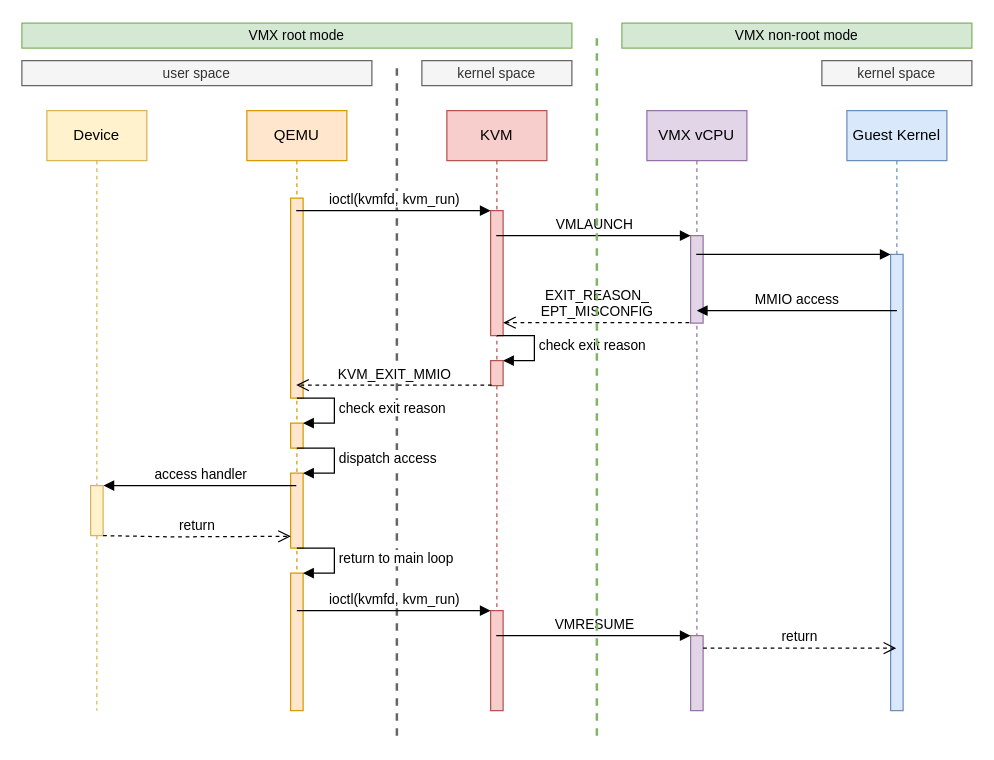
vmuxIO/diagrams keeps this draw.io diagram as page "Current" (1 of 2) of guest_mmio_sequence.drawio. Above is the earlier version. Source tidied: cells renumbered, new cells numbered last; positions are measured from the earlier drawing's top-left corner, leaving out a move shared by most shapes. Both pictures are drawn from the tidied source at 125%, with x=0, y=0 at pixel (21, 22).
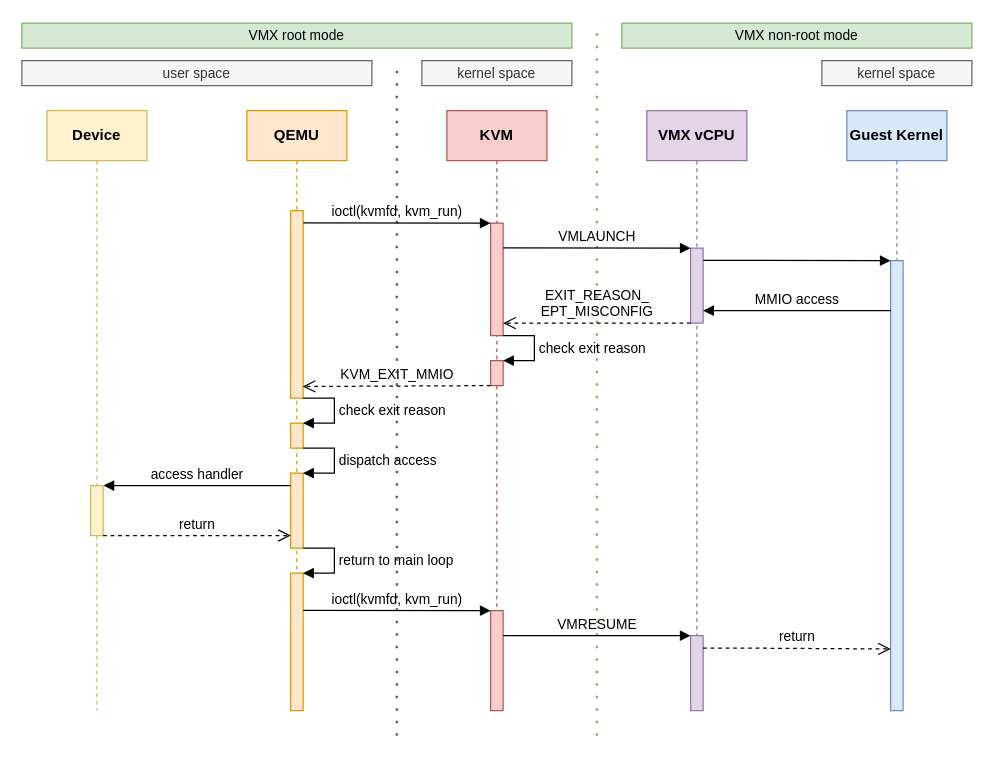
Above is the later version.

Diff of the diagram source:
```diff
@@
-    <mxCell id="2" style="endArrow=none;html=1;rounded=0;fontSize=11;strokeWidth=2;fillColor=#f5f5f5;strokeColor=#666666;dashed=1;" parent="1" edge="1">
+    <mxCell id="2" style="endArrow=none;html=1;rounded=0;fontSize=11;strokeWidth=2;fillColor=#f5f5f5;strokeColor=#666666;dashed=1;dashPattern=1 4;" parent="1" edge="1">
       <mxGeometry relative="1" as="geometry">
         <mxPoint x="300" y="570" as="sourcePoint" />
         <mxPoint x="300" y="30" as="targetPoint" />
       </mxGeometry>
     </mxCell>
+    <mxCell id="34" style="endArrow=none;html=1;rounded=0;fontSize=11;strokeWidth=2;fillColor=#d5e8d4;strokeColor=#82b366;dashed=1;dashPattern=1 4;" parent="1" edge="1">
+      <mxGeometry relative="1" as="geometry">
+        <mxPoint x="460" y="570" as="sourcePoint" />
+        <mxPoint x="460" as="targetPoint" />
+      </mxGeometry>
+    </mxCell>
-    <mxCell id="3" value="Device" style="shape=umlLifeline;perimeter=lifelinePerimeter;whiteSpace=wrap;html=1;fillColor=#fff2cc;strokeColor=#d6b656;" parent="1" vertex="1">
+    <mxCell id="3" value="Device" style="shape=umlLifeline;perimeter=lifelinePerimeter;whiteSpace=wrap;html=1;fillColor=#fff2cc;strokeColor=#d6b656;fontStyle=1;" parent="1" vertex="1">
       <mxGeometry x="20" y="70" width="80" height="480" as="geometry" />
     </mxCell>
-    <mxCell id="4" style="html=1;points=[];perimeter=orthogonalPerimeter;fontSize=11;fillColor=#fff2cc;strokeColor=#d6b656;" parent="3" vertex="1">
+    <mxCell id="4" style="html=1;points=[];perimeter=orthogonalPerimeter;fontSize=11;fillColor=#fff2cc;strokeColor=#d6b656;labelBackgroundColor=none;" parent="3" vertex="1">
       <mxGeometry x="35" y="300" width="10" height="40" as="geometry" />
     </mxCell>
-    <mxCell id="5" value="QEMU" style="shape=umlLifeline;perimeter=lifelinePerimeter;whiteSpace=wrap;html=1;outlineConnect=0;fillColor=#ffe6cc;strokeColor=#d79b00;" parent="1" vertex="1">
+    <mxCell id="5" value="QEMU" style="shape=umlLifeline;perimeter=lifelinePerimeter;whiteSpace=wrap;html=1;outlineConnect=0;fillColor=#ffe6cc;strokeColor=#d79b00;fontStyle=1;" parent="1" vertex="1">
       <mxGeometry x="180" y="70" width="80" height="480" as="geometry" />
     </mxCell>
-    <mxCell id="6" style="html=1;points=[];perimeter=orthogonalPerimeter;fontSize=11;fillColor=#ffe6cc;strokeColor=#d79b00;" parent="5" vertex="1">
-      <mxGeometry x="35" y="70" width="10" height="160" as="geometry" />
+    <mxCell id="6" style="html=1;points=[];perimeter=orthogonalPerimeter;fontSize=11;fillColor=#ffe6cc;strokeColor=#d79b00;labelBackgroundColor=none;" parent="5" vertex="1">
+      <mxGeometry x="35" y="80" width="10" height="150" as="geometry" />
     </mxCell>
-    <mxCell id="7" style="html=1;points=[];perimeter=orthogonalPerimeter;fontSize=11;fillColor=#ffe6cc;strokeColor=#d79b00;" parent="5" vertex="1">
+    <mxCell id="7" style="html=1;points=[];perimeter=orthogonalPerimeter;fontSize=11;fillColor=#ffe6cc;strokeColor=#d79b00;labelBackgroundColor=none;" parent="5" vertex="1">
       <mxGeometry x="35" y="250" width="10" height="20" as="geometry" />
     </mxCell>
-    <mxCell id="8" value="check exit reason" style="edgeStyle=orthogonalEdgeStyle;html=1;align=left;spacingLeft=2;endArrow=block;rounded=0;entryX=1;entryY=0;fontSize=11;" parent="5" edge="1" target="7">
+    <mxCell id="8" value="check exit reason" style="edgeStyle=orthogonalEdgeStyle;html=1;align=left;spacingLeft=2;endArrow=block;rounded=0;entryX=1;entryY=0;fontSize=11;labelBackgroundColor=none;" parent="5" edge="1" target="7">
       <mxGeometry relative="1" as="geometry">
-        <mxPoint x="40" y="230" as="sourcePoint" />
+        <mxPoint x="45" y="230" as="sourcePoint" />
         <Array as="points">
           <mxPoint x="70" y="230" />
         </Array>
       </mxGeometry>
     </mxCell>
-    <mxCell id="9" style="html=1;points=[];perimeter=orthogonalPerimeter;fontSize=11;fillColor=#ffe6cc;strokeColor=#d79b00;" parent="5" vertex="1">
+    <mxCell id="9" style="html=1;points=[];perimeter=orthogonalPerimeter;fontSize=11;fillColor=#ffe6cc;strokeColor=#d79b00;labelBackgroundColor=none;" parent="5" vertex="1">
       <mxGeometry x="35" y="290" width="10" height="60" as="geometry" />
     </mxCell>
-    <mxCell id="10" value="dispatch access" style="edgeStyle=orthogonalEdgeStyle;html=1;align=left;spacingLeft=2;endArrow=block;rounded=0;entryX=1;entryY=0;fontSize=11;" parent="5" edge="1" target="9">
+    <mxCell id="10" value="dispatch access" style="edgeStyle=orthogonalEdgeStyle;html=1;align=left;spacingLeft=2;endArrow=block;rounded=0;entryX=1;entryY=0;fontSize=11;labelBackgroundColor=none;" parent="5" edge="1" target="9">
       <mxGeometry relative="1" as="geometry">
-        <mxPoint x="40" y="270" as="sourcePoint" />
+        <mxPoint x="45" y="270" as="sourcePoint" />
         <Array as="points">
           <mxPoint x="70" y="270" />
         </Array>
       </mxGeometry>
     </mxCell>
-    <mxCell id="11" style="html=1;points=[];perimeter=orthogonalPerimeter;fontSize=11;fillColor=#ffe6cc;strokeColor=#d79b00;" parent="5" vertex="1">
+    <mxCell id="11" style="html=1;points=[];perimeter=orthogonalPerimeter;fontSize=11;fillColor=#ffe6cc;strokeColor=#d79b00;labelBackgroundColor=none;" parent="5" vertex="1">
       <mxGeometry x="35" y="370" width="10" height="110" as="geometry" />
     </mxCell>
-    <mxCell id="12" value="return to main loop" style="edgeStyle=orthogonalEdgeStyle;html=1;align=left;spacingLeft=2;endArrow=block;rounded=0;entryX=1;entryY=0;fontSize=11;" parent="5" edge="1" target="11">
+    <mxCell id="12" value="return to main loop" style="edgeStyle=orthogonalEdgeStyle;html=1;align=left;spacingLeft=2;endArrow=block;rounded=0;entryX=1;entryY=0;fontSize=11;labelBackgroundColor=none;exitX=1.001;exitY=1;exitDx=0;exitDy=0;exitPerimeter=0;" parent="5" edge="1" source="9" target="11">
       <mxGeometry relative="1" as="geometry">
-        <mxPoint x="40" y="350" as="sourcePoint" />
         <Array as="points">
           <mxPoint x="70" y="350" />
+          <mxPoint x="70" y="370" />
         </Array>
       </mxGeometry>
     </mxCell>
-    <mxCell id="13" value="KVM" style="shape=umlLifeline;perimeter=lifelinePerimeter;whiteSpace=wrap;html=1;outlineConnect=0;fillColor=#f8cecc;strokeColor=#b85450;" parent="1" vertex="1">
+    <mxCell id="13" value="KVM" style="shape=umlLifeline;perimeter=lifelinePerimeter;whiteSpace=wrap;html=1;outlineConnect=0;fillColor=#f8cecc;strokeColor=#b85450;fontStyle=1;" parent="1" vertex="1">
       <mxGeometry x="340" y="70" width="80" height="480" as="geometry" />
     </mxCell>
-    <mxCell id="14" style="html=1;points=[];perimeter=orthogonalPerimeter;fillColor=#f8cecc;strokeColor=#b85450;" parent="13" vertex="1">
-      <mxGeometry x="35" y="80" width="10" height="100" as="geometry" />
+    <mxCell id="14" style="html=1;points=[];perimeter=orthogonalPerimeter;fillColor=#f8cecc;strokeColor=#b85450;labelBackgroundColor=none;" parent="13" vertex="1">
+      <mxGeometry x="35" y="90" width="10" height="90" as="geometry" />
     </mxCell>
-    <mxCell id="15" style="html=1;points=[];perimeter=orthogonalPerimeter;fontSize=11;fillColor=#f8cecc;strokeColor=#b85450;" parent="13" vertex="1">
+    <mxCell id="15" style="html=1;points=[];perimeter=orthogonalPerimeter;fontSize=11;fillColor=#f8cecc;strokeColor=#b85450;labelBackgroundColor=none;" parent="13" vertex="1">
       <mxGeometry x="35" y="200" width="10" height="20" as="geometry" />
     </mxCell>
-    <mxCell id="16" value="check exit reason" style="edgeStyle=orthogonalEdgeStyle;html=1;align=left;spacingLeft=2;endArrow=block;rounded=0;entryX=1;entryY=0;fontSize=11;" parent="13" edge="1" target="15">
+    <mxCell id="16" value="check exit reason" style="edgeStyle=orthogonalEdgeStyle;html=1;align=left;spacingLeft=2;endArrow=block;rounded=0;entryX=1;entryY=0;fontSize=11;labelBackgroundColor=none;" parent="13" edge="1" target="15">
       <mxGeometry relative="1" as="geometry">
-        <mxPoint x="40" y="180" as="sourcePoint" />
+        <mxPoint x="45" y="180" as="sourcePoint" />
         <Array as="points">
           <mxPoint x="70" y="180" />
         </Array>
       </mxGeometry>
     </mxCell>
-    <mxCell id="17" style="html=1;points=[];perimeter=orthogonalPerimeter;fontSize=11;fillColor=#f8cecc;strokeColor=#b85450;" parent="13" vertex="1">
+    <mxCell id="17" style="html=1;points=[];perimeter=orthogonalPerimeter;fontSize=11;fillColor=#f8cecc;strokeColor=#b85450;labelBackgroundColor=none;" parent="13" vertex="1">
       <mxGeometry x="35" y="400" width="10" height="80" as="geometry" />
     </mxCell>
-    <mxCell id="18" value="Guest Kernel" style="shape=umlLifeline;perimeter=lifelinePerimeter;whiteSpace=wrap;html=1;outlineConnect=0;fillColor=#dae8fc;strokeColor=#6c8ebf;" parent="1" vertex="1">
+    <mxCell id="18" value="Guest Kernel" style="shape=umlLifeline;perimeter=lifelinePerimeter;whiteSpace=wrap;html=1;outlineConnect=0;fillColor=#dae8fc;strokeColor=#6c8ebf;fontStyle=1;" parent="1" vertex="1">
       <mxGeometry x="660" y="70" width="80" height="480" as="geometry" />
     </mxCell>
-    <mxCell id="19" style="html=1;points=[];perimeter=orthogonalPerimeter;fontSize=11;fillColor=#dae8fc;strokeColor=#6c8ebf;" parent="18" vertex="1">
-      <mxGeometry x="35" y="115" width="10" height="365" as="geometry" />
+    <mxCell id="19" style="html=1;points=[];perimeter=orthogonalPerimeter;fontSize=11;fillColor=#dae8fc;strokeColor=#6c8ebf;labelBackgroundColor=none;" parent="18" vertex="1">
+      <mxGeometry x="35" y="120" width="10" height="360" as="geometry" />
     </mxCell>
-    <mxCell id="20" value="&lt;span style=&quot;background-color: rgb(255, 255, 255);&quot;&gt;ioctl(kvmfd, kvm_run)&lt;/span&gt;" style="html=1;verticalAlign=bottom;endArrow=block;entryX=0;entryY=0;rounded=0;" parent="1" edge="1" source="5" target="14">
+    <mxCell id="20" value="&lt;span style=&quot;&quot;&gt;ioctl(kvmfd, kvm_run)&lt;/span&gt;" style="html=1;verticalAlign=bottom;endArrow=block;entryX=0;entryY=0;rounded=0;labelBackgroundColor=none;exitX=1.02;exitY=0.065;exitDx=0;exitDy=0;exitPerimeter=0;" parent="1" edge="1" source="6" target="14">
       <mxGeometry relative="1" as="geometry" />
     </mxCell>
-    <mxCell id="21" value="KVM_EXIT_MMIO" style="html=1;verticalAlign=bottom;endArrow=open;dashed=1;endSize=8;exitX=0.086;exitY=0.979;rounded=0;exitDx=0;exitDy=0;exitPerimeter=0;" parent="1" edge="1" source="15" target="5">
+    <mxCell id="21" value="KVM_EXIT_MMIO" style="html=1;verticalAlign=bottom;endArrow=open;dashed=1;endSize=8;exitX=-0.011;exitY=1;rounded=0;exitDx=0;exitDy=0;exitPerimeter=0;entryX=0.971;entryY=0.938;entryDx=0;entryDy=0;entryPerimeter=0;labelBackgroundColor=none;" parent="1" edge="1" source="15" target="6">
       <mxGeometry relative="1" as="geometry" />
     </mxCell>
-    <mxCell id="22" value="VMX vCPU" style="shape=umlLifeline;perimeter=lifelinePerimeter;whiteSpace=wrap;html=1;outlineConnect=0;fillColor=#e1d5e7;strokeColor=#9673a6;" parent="1" vertex="1">
+    <mxCell id="22" value="VMX vCPU" style="shape=umlLifeline;perimeter=lifelinePerimeter;whiteSpace=wrap;html=1;outlineConnect=0;fillColor=#e1d5e7;strokeColor=#9673a6;fontStyle=1;" parent="1" vertex="1">
       <mxGeometry x="500" y="70" width="80" height="480" as="geometry" />
     </mxCell>
-    <mxCell id="23" style="html=1;points=[];perimeter=orthogonalPerimeter;fillColor=#e1d5e7;strokeColor=#9673a6;" parent="22" vertex="1">
-      <mxGeometry x="35" y="100" width="10" height="70" as="geometry" />
+    <mxCell id="23" style="html=1;points=[];perimeter=orthogonalPerimeter;fillColor=#e1d5e7;strokeColor=#9673a6;labelBackgroundColor=none;" parent="22" vertex="1">
+      <mxGeometry x="35" y="110" width="10" height="60" as="geometry" />
     </mxCell>
-    <mxCell id="24" style="html=1;points=[];perimeter=orthogonalPerimeter;fontSize=11;fillColor=#e1d5e7;strokeColor=#9673a6;" parent="22" vertex="1">
+    <mxCell id="24" style="html=1;points=[];perimeter=orthogonalPerimeter;fontSize=11;fillColor=#e1d5e7;strokeColor=#9673a6;labelBackgroundColor=none;" parent="22" vertex="1">
       <mxGeometry x="35" y="420" width="10" height="60" as="geometry" />
     </mxCell>
-    <mxCell id="25" value="VMLAUNCH" style="html=1;verticalAlign=bottom;endArrow=block;entryX=0;entryY=0;rounded=0;" parent="1" edge="1" source="13" target="23">
+    <mxCell id="25" value="VMLAUNCH" style="html=1;verticalAlign=bottom;endArrow=block;entryX=0;entryY=0;rounded=0;exitX=1.021;exitY=0.219;exitDx=0;exitDy=0;exitPerimeter=0;labelBackgroundColor=none;" parent="1" edge="1" source="14" target="23">
       <mxGeometry relative="1" as="geometry" />
     </mxCell>
-    <mxCell id="26" value="&lt;div&gt;&lt;font style=&quot;font-size: 11px;&quot;&gt;EXIT_REASON_&lt;/font&gt;&lt;/div&gt;&lt;div&gt;&lt;font style=&quot;font-size: 11px;&quot;&gt;EPT_MISCONFIG&lt;/font&gt;&lt;/div&gt;" style="html=1;verticalAlign=bottom;endArrow=open;dashed=1;endSize=8;rounded=0;exitX=-0.108;exitY=0.995;exitDx=0;exitDy=0;exitPerimeter=0;" parent="1" edge="1" source="23" target="14">
+    <mxCell id="26" value="&lt;div&gt;&lt;font style=&quot;font-size: 11px;&quot;&gt;EXIT_REASON_&lt;/font&gt;&lt;/div&gt;&lt;div&gt;&lt;font style=&quot;font-size: 11px;&quot;&gt;EPT_MISCONFIG&lt;/font&gt;&lt;/div&gt;" style="html=1;verticalAlign=bottom;endArrow=open;dashed=1;endSize=8;rounded=0;exitX=0.005;exitY=1;exitDx=0;exitDy=0;exitPerimeter=0;labelBackgroundColor=none;" parent="1" edge="1" source="23" target="14">
       <mxGeometry relative="1" as="geometry" />
     </mxCell>
-    <mxCell id="27" style="html=1;verticalAlign=bottom;endArrow=block;entryX=0;entryY=0;rounded=0;fontSize=11;" parent="1" edge="1" source="22" target="19">
+    <mxCell id="27" style="html=1;verticalAlign=bottom;endArrow=block;entryX=0;entryY=0;rounded=0;fontSize=11;exitX=1.021;exitY=0.164;exitDx=0;exitDy=0;exitPerimeter=0;labelBackgroundColor=none;" parent="1" edge="1" source="23" target="19">
       <mxGeometry relative="1" as="geometry" />
     </mxCell>
-    <mxCell id="28" value="MMIO access" style="html=1;verticalAlign=bottom;endArrow=block;rounded=0;fontSize=11;" parent="1" edge="1">
-      <mxGeometry relative="1" as="geometry">
-        <mxPoint x="700" y="230" as="sourcePoint" />
-        <mxPoint x="540" y="230" as="targetPoint" />
-      </mxGeometry>
+    <mxCell id="28" value="MMIO access" style="html=1;verticalAlign=bottom;endArrow=block;rounded=0;fontSize=11;exitX=0.002;exitY=0.111;exitDx=0;exitDy=0;exitPerimeter=0;entryX=1.005;entryY=0.834;entryDx=0;entryDy=0;entryPerimeter=0;labelBackgroundColor=none;" parent="1" edge="1" source="19" target="23">
+      <mxGeometry relative="1" as="geometry" />
     </mxCell>
-    <mxCell id="29" value="access handler" style="html=1;verticalAlign=bottom;endArrow=block;rounded=0;fontSize=11;entryX=1.028;entryY=-0.001;entryDx=0;entryDy=0;entryPerimeter=0;" parent="1" edge="1" source="5" target="4">
+    <mxCell id="29" value="access handler" style="html=1;verticalAlign=bottom;endArrow=block;rounded=0;fontSize=11;entryX=1.028;entryY=-0.001;entryDx=0;entryDy=0;entryPerimeter=0;labelBackgroundColor=none;exitX=-0.012;exitY=0.166;exitDx=0;exitDy=0;exitPerimeter=0;" parent="1" edge="1" source="9" target="4">
       <mxGeometry relative="1" as="geometry" />
     </mxCell>
-    <mxCell id="30" value="return" style="html=1;verticalAlign=bottom;endArrow=open;dashed=1;endSize=8;rounded=0;fontSize=11;entryX=0.017;entryY=0.842;entryDx=0;entryDy=0;entryPerimeter=0;" parent="1" edge="1" source="4" target="9">
+    <mxCell id="30" value="return" style="html=1;verticalAlign=bottom;endArrow=open;dashed=1;endSize=8;rounded=0;fontSize=11;entryX=0.015;entryY=0.832;entryDx=0;entryDy=0;entryPerimeter=0;labelBackgroundColor=none;" parent="1" edge="1" source="4" target="9">
       <mxGeometry relative="1" as="geometry">
         <Array as="points">
-          <mxPoint x="120" y="411" />
+          <mxPoint x="120" y="410" />
         </Array>
       </mxGeometry>
     </mxCell>
-    <mxCell id="31" value="ioctl(kvmfd, kvm_run)" style="html=1;verticalAlign=bottom;endArrow=block;entryX=0;entryY=0;rounded=0;fontSize=11;" parent="1" edge="1" target="17">
-      <mxGeometry relative="1" as="geometry">
-        <mxPoint x="220" y="470" as="sourcePoint" />
-      </mxGeometry>
+    <mxCell id="31" value="ioctl(kvmfd, kvm_run)" style="html=1;verticalAlign=bottom;endArrow=block;entryX=0;entryY=0;rounded=0;fontSize=11;exitX=1.016;exitY=0.271;exitDx=0;exitDy=0;exitPerimeter=0;labelBackgroundColor=none;" parent="1" edge="1" source="11" target="17">
+      <mxGeometry relative="1" as="geometry" />
     </mxCell>
-    <mxCell id="32" value="VMRESUME" style="html=1;verticalAlign=bottom;endArrow=block;entryX=0;entryY=0;rounded=0;fontSize=11;" parent="1" edge="1" source="13" target="24">
+    <mxCell id="32" value="VMRESUME" style="html=1;verticalAlign=bottom;endArrow=block;entryX=0;entryY=0;rounded=0;fontSize=11;exitX=1.01;exitY=0.251;exitDx=0;exitDy=0;exitPerimeter=0;labelBackgroundColor=none;" parent="1" edge="1" source="17" target="24">
       <mxGeometry relative="1" as="geometry" />
     </mxCell>
-    <mxCell id="33" value="return" style="html=1;verticalAlign=bottom;endArrow=open;dashed=1;endSize=8;rounded=0;fontSize=11;" parent="1" edge="1" source="24" target="18">
+    <mxCell id="33" value="return" style="html=1;verticalAlign=bottom;endArrow=open;dashed=1;endSize=8;rounded=0;fontSize=11;entryX=0.011;entryY=0.863;entryDx=0;entryDy=0;entryPerimeter=0;labelBackgroundColor=none;" parent="1" edge="1" source="24" target="19">
       <mxGeometry relative="1" as="geometry">
         <Array as="points">
           <mxPoint x="580" y="500" />
         </Array>
       </mxGeometry>
     </mxCell>
-    <mxCell id="34" style="endArrow=none;html=1;rounded=0;fontSize=11;strokeWidth=2;fillColor=#d5e8d4;strokeColor=#82b366;dashed=1;" parent="1" edge="1">
-      <mxGeometry relative="1" as="geometry">
-        <mxPoint x="460" y="570" as="sourcePoint" />
-        <mxPoint x="460" y="10" as="targetPoint" />
-      </mxGeometry>
-    </mxCell>
```
